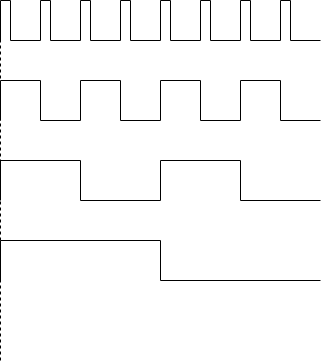
Above: docs/images/clock_divider.drawio.png in pigatron-industries/xen_octasource (draw.io), before the change. Source tidied: cells renumbered, new cells last; positions are measured from the earlier drawing's top-left corner, leaving out a move shared by most shapes.
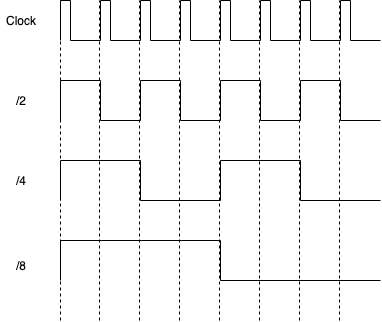
The same file after the commit.

What changed in the source:
```diff
@@ -4,7 +4,7 @@
     <mxCell id="1" parent="0" />
     <mxCell id="2" style="endArrow=none;dashed=1;html=1;strokeColor=#000000;" parent="1" edge="1">
       <mxGeometry relative="1" as="geometry">
-        <mxPoint y="360" as="sourcePoint" />
+        <mxPoint y="320" as="sourcePoint" />
         <mxPoint as="targetPoint" />
       </mxGeometry>
     </mxCell>
@@ -410,5 +410,59 @@
         <mxPoint x="160" y="280" as="targetPoint" />
       </mxGeometry>
     </mxCell>
+    <mxCell id="77" value="Clock" style="text;strokeColor=none;fillColor=none;align=left;verticalAlign=middle;spacingLeft=4;spacingRight=4;overflow=hidden;" parent="1" vertex="1">
+      <mxGeometry x="-60" y="5" width="50" height="30" as="geometry" />
+    </mxCell>
+    <mxCell id="78" value="/2" style="text;strokeColor=none;fillColor=none;align=left;verticalAlign=middle;spacingLeft=4;spacingRight=4;overflow=hidden;" parent="1" vertex="1">
+      <mxGeometry x="-50" y="85" width="40" height="30" as="geometry" />
+    </mxCell>
+    <mxCell id="79" value="/4" style="text;strokeColor=none;fillColor=none;align=left;verticalAlign=middle;spacingLeft=4;spacingRight=4;overflow=hidden;" parent="1" vertex="1">
+      <mxGeometry x="-50" y="165" width="40" height="30" as="geometry" />
+    </mxCell>
+    <mxCell id="80" value="/8" style="text;strokeColor=none;fillColor=none;align=left;verticalAlign=middle;spacingLeft=4;spacingRight=4;overflow=hidden;" parent="1" vertex="1">
+      <mxGeometry x="-50" y="250" width="40" height="30" as="geometry" />
+    </mxCell>
+    <mxCell id="81" style="endArrow=none;dashed=1;html=1;strokeColor=#000000;" parent="1" edge="1">
+      <mxGeometry relative="1" as="geometry">
+        <mxPoint x="39" y="320" as="sourcePoint" />
+        <mxPoint x="39" as="targetPoint" />
+      </mxGeometry>
+    </mxCell>
+    <mxCell id="82" style="endArrow=none;dashed=1;html=1;strokeColor=#000000;" parent="1" edge="1">
+      <mxGeometry relative="1" as="geometry">
+        <mxPoint x="79" y="320" as="sourcePoint" />
+        <mxPoint x="79" as="targetPoint" />
+      </mxGeometry>
+    </mxCell>
+    <mxCell id="83" style="endArrow=none;dashed=1;html=1;strokeColor=#000000;" parent="1" edge="1">
+      <mxGeometry relative="1" as="geometry">
+        <mxPoint x="119" y="320" as="sourcePoint" />
+        <mxPoint x="119" as="targetPoint" />
+      </mxGeometry>
+    </mxCell>
+    <mxCell id="84" style="endArrow=none;dashed=1;html=1;strokeColor=#000000;" parent="1" edge="1">
+      <mxGeometry relative="1" as="geometry">
+        <mxPoint x="159" y="320" as="sourcePoint" />
+        <mxPoint x="159" as="targetPoint" />
+      </mxGeometry>
+    </mxCell>
+    <mxCell id="85" style="endArrow=none;dashed=1;html=1;strokeColor=#000000;" parent="1" edge="1">
+      <mxGeometry relative="1" as="geometry">
+        <mxPoint x="199" y="320" as="sourcePoint" />
+        <mxPoint x="199" as="targetPoint" />
+      </mxGeometry>
+    </mxCell>
+    <mxCell id="86" style="endArrow=none;dashed=1;html=1;strokeColor=#000000;" parent="1" edge="1">
+      <mxGeometry relative="1" as="geometry">
+        <mxPoint x="239" y="320" as="sourcePoint" />
+        <mxPoint x="239" as="targetPoint" />
+      </mxGeometry>
+    </mxCell>
+    <mxCell id="87" style="endArrow=none;dashed=1;html=1;strokeColor=#000000;" parent="1" edge="1">
+      <mxGeometry relative="1" as="geometry">
+        <mxPoint x="279" y="320" as="sourcePoint" />
+        <mxPoint x="279" as="targetPoint" />
+      </mxGeometry>
+    </mxCell>
   </root>
 </mxGraphModel>
```
